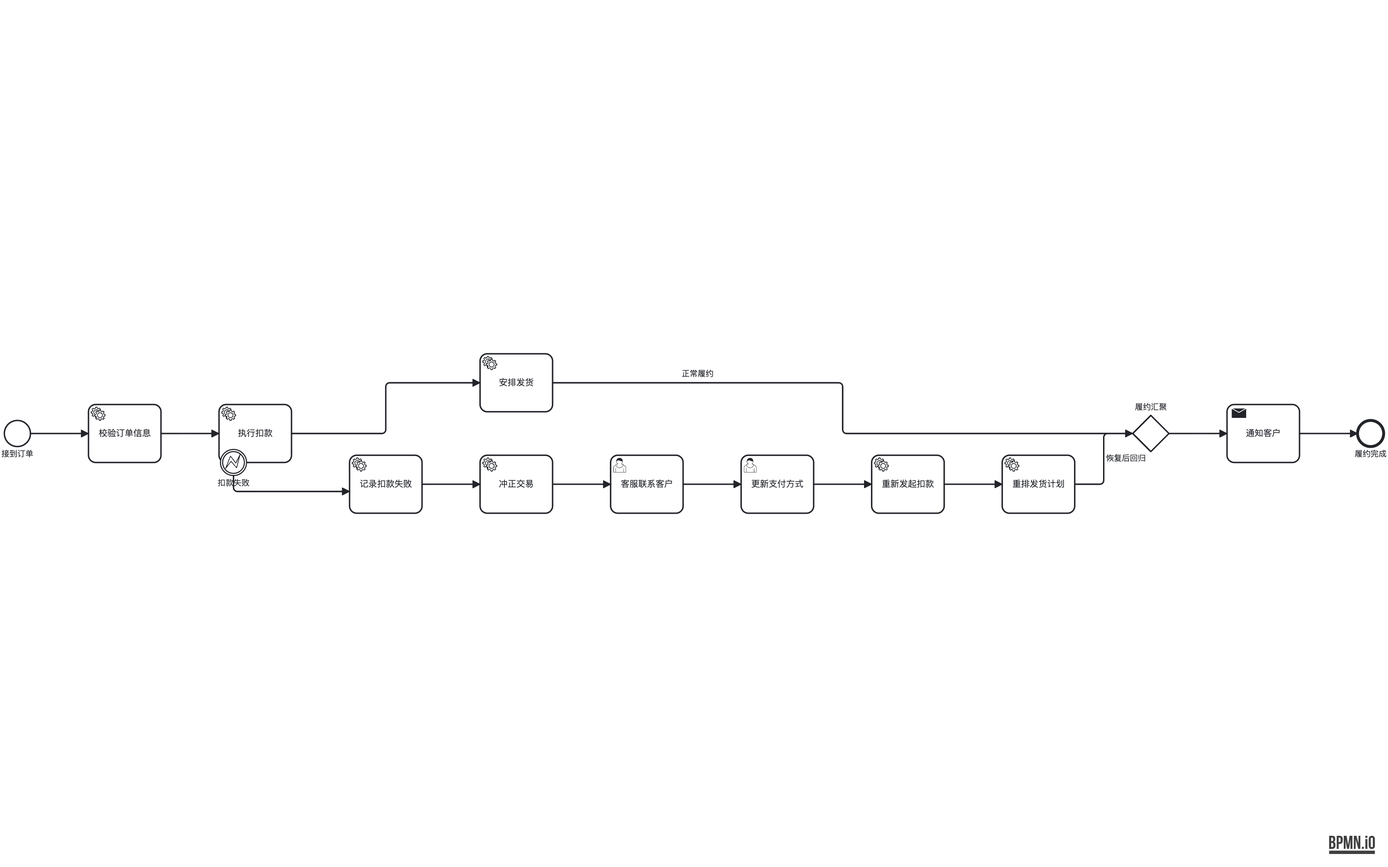
Above: out-bpmn-png/80-boundary-handler-long-chain-merge.png in LcpMarvel/tramito-layout (BPMN), before the change. Its source is kept beside it as out-xml/80-boundary-handler-long-chain-merge.bpmn. Ids are renumbered.
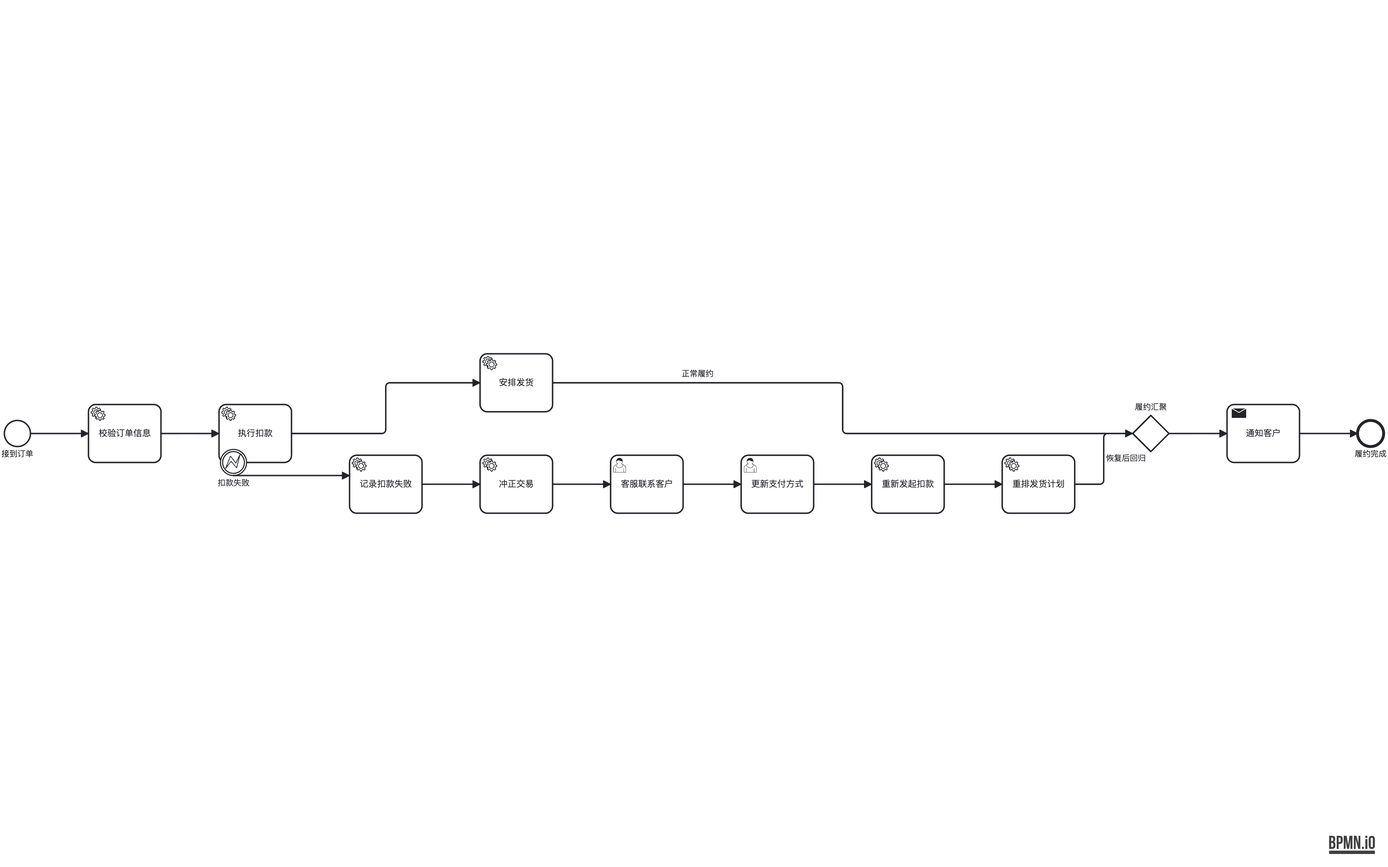
Above is the later version.

What changed in the source:
```diff
@@ -162,8 +162,7 @@
       </bpmndi:BPMNEdge>
       <bpmndi:BPMNEdge id="flow_bd_h1_di" bpmnElement="flow_bd_h1">
         <di:waypoint x="378" y="200" />
-        <di:waypoint x="378" y="222" />
-        <di:waypoint x="538" y="222" />
+        <di:waypoint x="538" y="200" />
       </bpmndi:BPMNEdge>
       <bpmndi:BPMNEdge id="flow_h1_h2_di" bpmnElement="flow_h1_h2">
         <di:waypoint x="638" y="212" />
```
